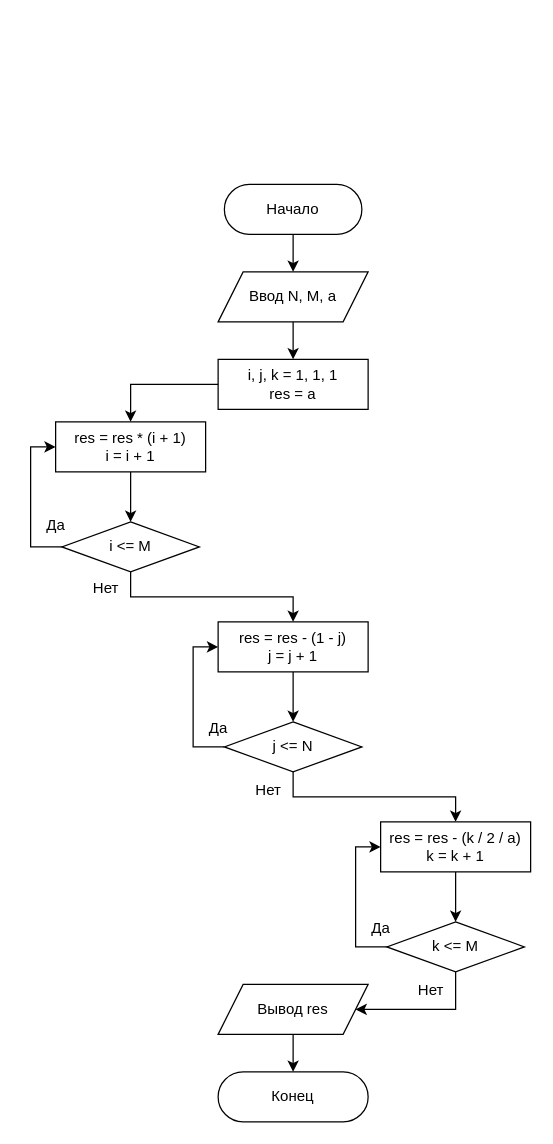
Earlier version of the draw.io diagram Semester-2/Программирование (15)/Отчёты/3.1-do-while.drawio (JustyDev/University). Source tidied: cells renumbered, new cells numbered last; positions are measured from the earlier drawing's top-left corner, leaving out a move shared by most shapes. Both pictures are drawn from the tidied source at 125%, with x=0, y=0 at pixel (30, 184).
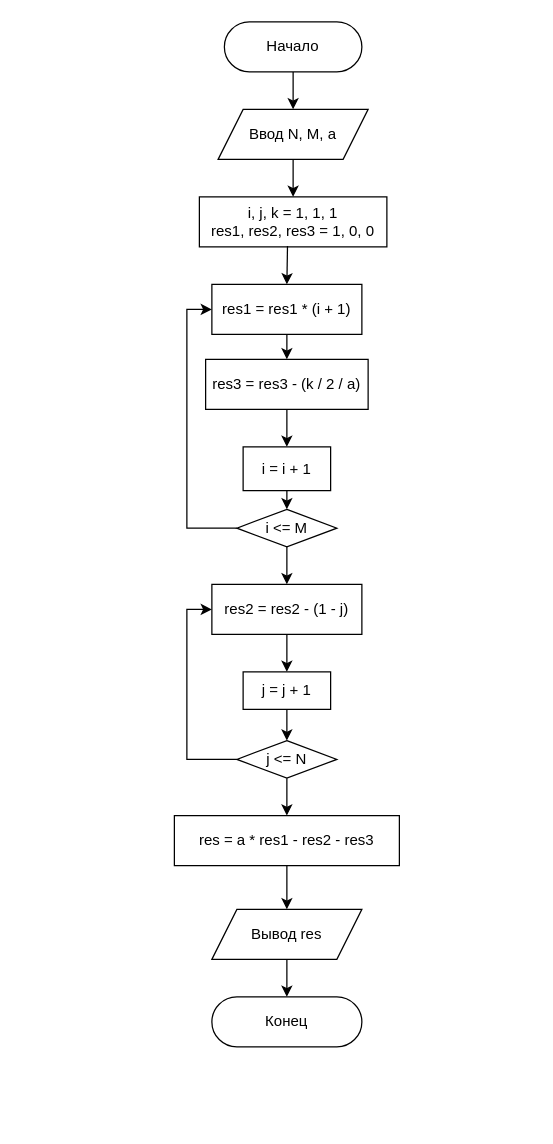
After the change.

Diff of the diagram source:
```diff
@@
     <mxCell id="2" value="Начало" style="rounded=1;whiteSpace=wrap;html=1;arcSize=50;" parent="1" vertex="1">
-      <mxGeometry x="155" width="110" height="40" as="geometry" />
+      <mxGeometry x="155" y="-130" width="110" height="40" as="geometry" />
     </mxCell>
     <mxCell id="3" value="Ввод N, M, a" style="shape=parallelogram;perimeter=parallelogramPerimeter;whiteSpace=wrap;html=1;fixedSize=1;" parent="1" vertex="1">
-      <mxGeometry x="150" y="70" width="120" height="40" as="geometry" />
+      <mxGeometry x="150" y="-60" width="120" height="40" as="geometry" />
     </mxCell>
-    <mxCell id="4" value="i &amp;lt;= M" style="rhombus;whiteSpace=wrap;html=1;" parent="1" vertex="1">
-      <mxGeometry x="25" y="270" width="110" height="40" as="geometry" />
-    </mxCell>
-    <mxCell id="5" style="endArrow=classic;html=1;rounded=0;exitX=0.5;exitY=1;exitDx=0;exitDy=0;entryX=0.5;entryY=0;entryDx=0;entryDy=0;" parent="1" edge="1" source="7" target="4">
-      <mxGeometry relative="1" as="geometry" />
-    </mxCell>
-    <mxCell id="6" value="i, j, k = 1, 1, 1&lt;div&gt;res = a&lt;/div&gt;" style="rounded=0;whiteSpace=wrap;html=1;" parent="1" vertex="1">
-      <mxGeometry x="150" y="140" width="120" height="40" as="geometry" />
-    </mxCell>
-    <mxCell id="7" value="res = res * (i + 1)&lt;div&gt;i = i + 1&lt;/div&gt;" style="rounded=0;whiteSpace=wrap;html=1;" parent="1" vertex="1">
-      <mxGeometry x="20" y="190" width="120" height="40" as="geometry" />
-    </mxCell>
-    <mxCell id="8" style="endArrow=classic;html=1;rounded=0;exitX=0;exitY=0.5;exitDx=0;exitDy=0;entryX=0;entryY=0.5;entryDx=0;entryDy=0;" parent="1" edge="1" source="4" target="7">
-      <mxGeometry relative="1" as="geometry">
-        <Array as="points">
-          <mxPoint y="290" />
-          <mxPoint y="210" />
-        </Array>
-      </mxGeometry>
-    </mxCell>
+    <mxCell id="32" value="i, j, k = 1, 1, 1&lt;div&gt;res1, res2, res3 = 1, 0, 0&lt;/div&gt;" style="rounded=0;whiteSpace=wrap;html=1;" parent="1" vertex="1">
+      <mxGeometry x="135" y="10" width="150" height="40" as="geometry" />
+    </mxCell>
+    <mxCell id="33" value="res1 = res1 * (i + 1)" style="rounded=0;whiteSpace=wrap;html=1;" parent="1" vertex="1">
+      <mxGeometry x="145" y="80" width="120" height="40" as="geometry" />
+    </mxCell>
+    <mxCell id="34" style="endArrow=classic;html=1;rounded=0;exitX=0.5;exitY=1;exitDx=0;exitDy=0;" parent="1" edge="1" source="33">
+      <mxGeometry relative="1" as="geometry">
+        <mxPoint x="205" y="140" as="targetPoint" />
+      </mxGeometry>
+    </mxCell>
+    <mxCell id="35" style="endArrow=classic;html=1;rounded=0;exitX=0;exitY=0.5;exitDx=0;exitDy=0;entryX=0;entryY=0.5;entryDx=0;entryDy=0;" parent="1" edge="1" source="4" target="33">
+      <mxGeometry relative="1" as="geometry">
+        <Array as="points">
+          <mxPoint x="125" y="275" />
+          <mxPoint x="125" y="100" />
+        </Array>
+      </mxGeometry>
+    </mxCell>
@@
-    <mxCell id="10" style="endArrow=classic;html=1;rounded=0;exitX=0.5;exitY=1;exitDx=0;exitDy=0;entryX=0.5;entryY=0;entryDx=0;entryDy=0;" parent="1" edge="1" source="3" target="6">
-      <mxGeometry relative="1" as="geometry" />
-    </mxCell>
-    <mxCell id="11" style="endArrow=classic;html=1;rounded=0;exitX=0;exitY=0.5;exitDx=0;exitDy=0;entryX=0.5;entryY=0;entryDx=0;entryDy=0;" parent="1" edge="1" source="6" target="7">
-      <mxGeometry relative="1" as="geometry">
-        <Array as="points">
-          <mxPoint x="80" y="160" />
-        </Array>
-      </mxGeometry>
-    </mxCell>
+    <mxCell id="36" style="endArrow=classic;html=1;rounded=0;exitX=0.5;exitY=1;exitDx=0;exitDy=0;entryX=0.5;entryY=0;entryDx=0;entryDy=0;" parent="1" edge="1" source="3" target="32">
+      <mxGeometry relative="1" as="geometry" />
+    </mxCell>
     <mxCell id="12" value="Вывод res" style="shape=parallelogram;perimeter=parallelogramPerimeter;whiteSpace=wrap;html=1;fixedSize=1;" parent="1" vertex="1">
-      <mxGeometry x="150" y="640" width="120" height="40" as="geometry" />
+      <mxGeometry x="145" y="580" width="120" height="40" as="geometry" />
     </mxCell>
@@
     <mxCell id="14" value="Конец" style="rounded=1;whiteSpace=wrap;html=1;arcSize=50;" parent="1" vertex="1">
-      <mxGeometry x="150" y="710" width="120" height="40" as="geometry" />
+      <mxGeometry x="145" y="650" width="120" height="40" as="geometry" />
     </mxCell>
-    <mxCell id="15" value="res = res - (1 - j)&lt;div&gt;j = j&lt;span style=&quot;background-color: initial;&quot;&gt;&amp;nbsp;+ 1&lt;/span&gt;&lt;br&gt;&lt;/div&gt;" style="rounded=0;whiteSpace=wrap;html=1;" parent="1" vertex="1">
-      <mxGeometry x="150" y="350" width="120" height="40" as="geometry" />
-    </mxCell>
-    <mxCell id="16" value="res = res - (k / 2 / a)&lt;div&gt;k = k + 1&lt;br&gt;&lt;/div&gt;" style="rounded=0;whiteSpace=wrap;html=1;" parent="1" vertex="1">
-      <mxGeometry x="280" y="510" width="120" height="40" as="geometry" />
-    </mxCell>
+    <mxCell id="37" value="res3 = res3 - (k / 2 / a)" style="rounded=0;whiteSpace=wrap;html=1;" parent="1" vertex="1">
+      <mxGeometry x="140" y="140" width="130" height="40" as="geometry" />
+    </mxCell>
+    <mxCell id="38" style="endArrow=classic;html=1;rounded=0;exitX=0.5;exitY=1;exitDx=0;exitDy=0;" parent="1" edge="1" source="37">
+      <mxGeometry relative="1" as="geometry">
+        <mxPoint x="205" y="210" as="targetPoint" />
+      </mxGeometry>
+    </mxCell>
+    <mxCell id="39" value="res = a * res1 - res2 - res3" style="rounded=0;whiteSpace=wrap;html=1;" parent="1" vertex="1">
+      <mxGeometry x="115" y="505" width="180" height="40" as="geometry" />
+    </mxCell>
+    <mxCell id="40" style="endArrow=classic;html=1;rounded=0;exitX=0.5;exitY=1;exitDx=0;exitDy=0;entryX=0.5;entryY=0;entryDx=0;entryDy=0;" parent="1" edge="1" source="39" target="12">
+      <mxGeometry relative="1" as="geometry" />
+    </mxCell>
+    <mxCell id="41" value="i = i + 1" style="rounded=0;whiteSpace=wrap;html=1;" parent="1" vertex="1">
+      <mxGeometry x="170" y="210" width="70" height="35" as="geometry" />
+    </mxCell>
+    <mxCell id="4" value="i &amp;lt;= M" style="rhombus;whiteSpace=wrap;html=1;" parent="1" vertex="1">
+      <mxGeometry x="165" y="260" width="80" height="30" as="geometry" />
+    </mxCell>
+    <mxCell id="42" style="endArrow=classic;html=1;rounded=0;exitX=0.5;exitY=1;exitDx=0;exitDy=0;" parent="1" edge="1" source="41" target="4">
+      <mxGeometry relative="1" as="geometry" />
+    </mxCell>
+    <mxCell id="43" value="res2 = res2 - (1 - j)" style="rounded=0;whiteSpace=wrap;html=1;" parent="1" vertex="1">
+      <mxGeometry x="145" y="320" width="120" height="40" as="geometry" />
+    </mxCell>
+    <mxCell id="44" style="endArrow=classic;html=1;rounded=0;exitX=0.5;exitY=1;exitDx=0;exitDy=0;" parent="1" edge="1" source="43">
+      <mxGeometry relative="1" as="geometry">
+        <mxPoint x="205" y="390" as="targetPoint" />
+      </mxGeometry>
+    </mxCell>
+    <mxCell id="45" value="j = j + 1" style="rounded=0;whiteSpace=wrap;html=1;" parent="1" vertex="1">
+      <mxGeometry x="170" y="390" width="70" height="30" as="geometry" />
+    </mxCell>
     <mxCell id="17" value="j &amp;lt;= N" style="rhombus;whiteSpace=wrap;html=1;" parent="1" vertex="1">
-      <mxGeometry x="155" y="430" width="110" height="40" as="geometry" />
+      <mxGeometry x="165" y="445" width="80" height="30" as="geometry" />
     </mxCell>
-    <mxCell id="18" value="k &amp;lt;= M" style="rhombus;whiteSpace=wrap;html=1;" parent="1" vertex="1">
-      <mxGeometry x="285" y="590" width="110" height="40" as="geometry" />
-    </mxCell>
-    <mxCell id="19" style="endArrow=classic;html=1;rounded=0;exitX=0.5;exitY=1;exitDx=0;exitDy=0;entryX=0.5;entryY=0;entryDx=0;entryDy=0;" parent="1" edge="1" source="15" target="17">
-      <mxGeometry relative="1" as="geometry" />
-    </mxCell>
-    <mxCell id="20" style="endArrow=classic;html=1;rounded=0;exitX=0.5;exitY=1;exitDx=0;exitDy=0;entryX=0.5;entryY=0;entryDx=0;entryDy=0;" parent="1" edge="1" source="16" target="18">
-      <mxGeometry relative="1" as="geometry" />
-    </mxCell>
-    <mxCell id="21" style="endArrow=classic;html=1;rounded=0;exitX=0;exitY=0.5;exitDx=0;exitDy=0;entryX=0;entryY=0.5;entryDx=0;entryDy=0;" parent="1" edge="1" source="17" target="15">
-      <mxGeometry relative="1" as="geometry">
-        <Array as="points">
-          <mxPoint x="130" y="450" />
-          <mxPoint x="130" y="370" />
-        </Array>
-      </mxGeometry>
-    </mxCell>
-    <mxCell id="22" style="endArrow=classic;html=1;rounded=0;exitX=0;exitY=0.5;exitDx=0;exitDy=0;entryX=0;entryY=0.5;entryDx=0;entryDy=0;" parent="1" edge="1">
-      <mxGeometry relative="1" as="geometry">
-        <mxPoint x="285" y="610" as="sourcePoint" />
-        <mxPoint x="280" y="530" as="targetPoint" />
-        <Array as="points">
-          <mxPoint x="260" y="610" />
-          <mxPoint x="260" y="530" />
-        </Array>
-      </mxGeometry>
-    </mxCell>
-    <mxCell id="23" style="endArrow=classic;html=1;rounded=0;exitX=0.5;exitY=1;exitDx=0;exitDy=0;entryX=0.5;entryY=0;entryDx=0;entryDy=0;" parent="1" edge="1" source="4" target="15">
-      <mxGeometry relative="1" as="geometry">
-        <Array as="points">
-          <mxPoint x="80" y="330" />
-          <mxPoint x="210" y="330" />
-        </Array>
-      </mxGeometry>
-    </mxCell>
-    <mxCell id="24" style="endArrow=classic;html=1;rounded=0;exitX=0.5;exitY=1;exitDx=0;exitDy=0;entryX=0.5;entryY=0;entryDx=0;entryDy=0;" parent="1" edge="1" source="17" target="16">
-      <mxGeometry relative="1" as="geometry">
-        <Array as="points">
-          <mxPoint x="210" y="490" />
-          <mxPoint x="340" y="490" />
-        </Array>
-      </mxGeometry>
-    </mxCell>
-    <mxCell id="25" style="endArrow=classic;html=1;rounded=0;exitX=0.5;exitY=1;exitDx=0;exitDy=0;entryX=1;entryY=0.5;entryDx=0;entryDy=0;" parent="1" edge="1" source="18" target="12">
-      <mxGeometry relative="1" as="geometry">
-        <Array as="points">
-          <mxPoint x="340" y="660" />
-        </Array>
-      </mxGeometry>
-    </mxCell>
-    <mxCell id="26" value="Нет" style="text;html=1;align=center;verticalAlign=middle;strokeColor=none;fillColor=none;" parent="1" vertex="1">
-      <mxGeometry x="40" y="308" width="40" height="30" as="geometry" />
-    </mxCell>
-    <mxCell id="27" value="Да" style="text;html=1;align=center;verticalAlign=middle;strokeColor=none;fillColor=none;" parent="1" vertex="1">
-      <mxGeometry y="258" width="40" height="30" as="geometry" />
-    </mxCell>
-    <mxCell id="28" value="Нет" style="text;html=1;align=center;verticalAlign=middle;strokeColor=none;fillColor=none;" parent="1" vertex="1">
-      <mxGeometry x="170" y="470" width="40" height="30" as="geometry" />
-    </mxCell>
-    <mxCell id="29" value="Да" style="text;html=1;align=center;verticalAlign=middle;strokeColor=none;fillColor=none;" parent="1" vertex="1">
-      <mxGeometry x="130" y="420" width="40" height="30" as="geometry" />
-    </mxCell>
-    <mxCell id="30" value="Нет" style="text;html=1;align=center;verticalAlign=middle;strokeColor=none;fillColor=none;" parent="1" vertex="1">
-      <mxGeometry x="300" y="630" width="40" height="30" as="geometry" />
-    </mxCell>
-    <mxCell id="31" value="Да" style="text;html=1;align=center;verticalAlign=middle;strokeColor=none;fillColor=none;" parent="1" vertex="1">
-      <mxGeometry x="260" y="580" width="40" height="30" as="geometry" />
-    </mxCell>
+    <mxCell id="46" style="endArrow=classic;html=1;rounded=0;exitX=0.5;exitY=1;exitDx=0;exitDy=0;entryX=0.5;entryY=0;entryDx=0;entryDy=0;" parent="1" edge="1" source="45" target="17">
+      <mxGeometry relative="1" as="geometry" />
+    </mxCell>
+    <mxCell id="47" style="endArrow=classic;html=1;rounded=0;exitX=0;exitY=0.5;exitDx=0;exitDy=0;entryX=0;entryY=0.5;entryDx=0;entryDy=0;" parent="1" edge="1" source="17" target="43">
+      <mxGeometry relative="1" as="geometry">
+        <Array as="points">
+          <mxPoint x="125" y="460" />
+          <mxPoint x="125" y="340" />
+        </Array>
+      </mxGeometry>
+    </mxCell>
+    <mxCell id="48" style="endArrow=classic;html=1;rounded=0;exitX=0.5;exitY=1;exitDx=0;exitDy=0;entryX=0.5;entryY=0;entryDx=0;entryDy=0;" parent="1" edge="1" source="17" target="39">
+      <mxGeometry relative="1" as="geometry" />
+    </mxCell>
+    <mxCell id="49" style="endArrow=classic;html=1;rounded=0;exitX=0.47;exitY=0.982;exitDx=0;exitDy=0;entryX=0.5;entryY=0;entryDx=0;entryDy=0;exitPerimeter=0;" parent="1" edge="1" source="32" target="33">
+      <mxGeometry relative="1" as="geometry" />
+    </mxCell>
+    <mxCell id="50" style="endArrow=classic;html=1;rounded=0;exitX=0.5;exitY=1;exitDx=0;exitDy=0;" parent="1" edge="1" source="4" target="43">
+      <mxGeometry relative="1" as="geometry" />
+    </mxCell>
```
